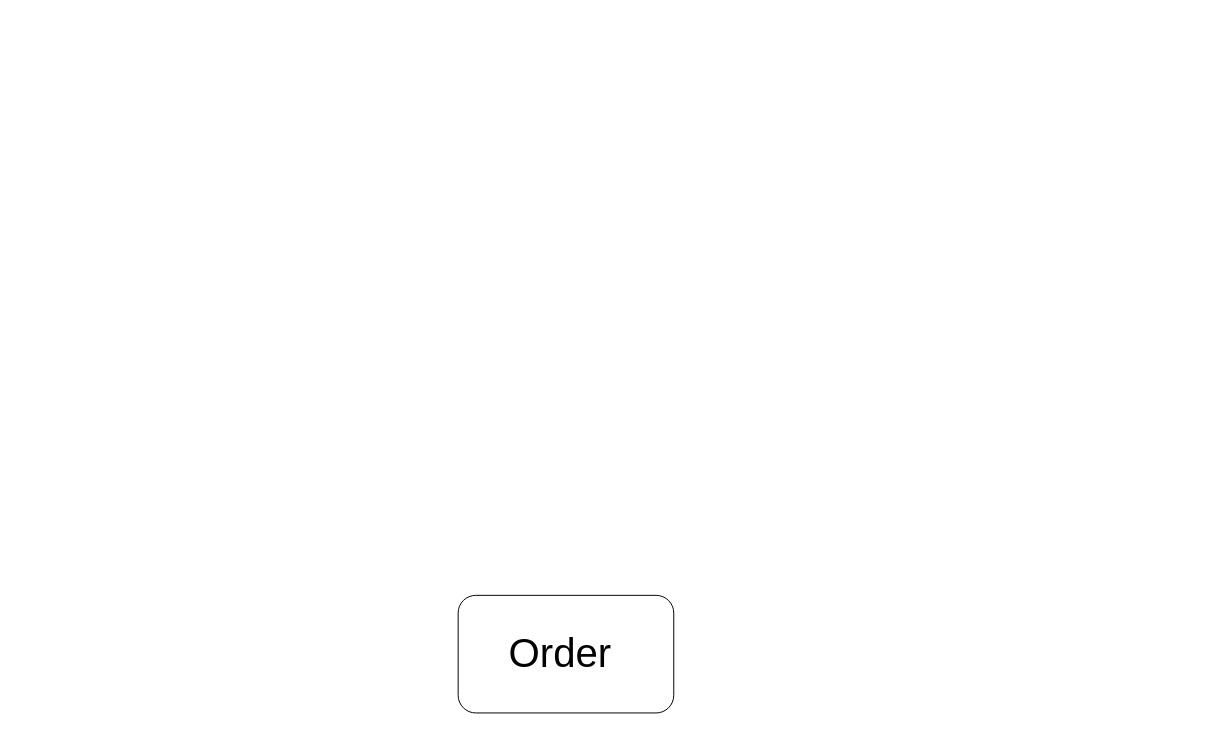
Above: page "FYDI" (10 of 11) of Drawing_Tool_Integration.drawio in mrf742002/Diagrams (draw.io), before the change. Source tidied: cells renumbered, new cells numbered last; positions are measured from the earlier drawing's top-left corner, leaving out a move shared by most shapes. Both pictures are drawn from the tidied source at 98%, with x=0, y=0 at pixel (458, 595).
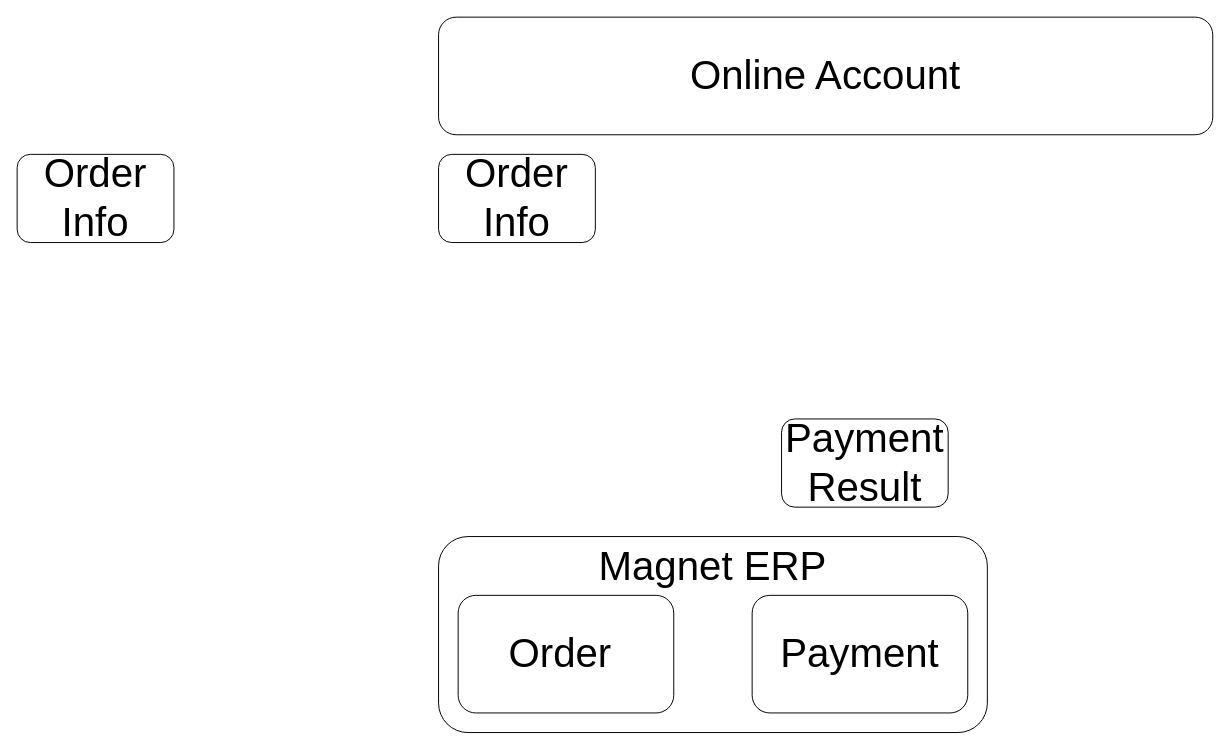
After the change.

Diff of the diagram source:
```diff
@@
 <mxGraphModel>
   <root>
     <mxCell id="0" />
     <mxCell id="1" parent="0" />
+    <mxCell id="3" value="Magnet ERP" style="rounded=1;whiteSpace=wrap;html=1;fontSize=41;verticalAlign=top;" parent="1" vertex="1">
+      <mxGeometry x="-20" y="-60" width="560" height="200" as="geometry" />
+    </mxCell>
     <mxCell id="2" value="Order&amp;nbsp;" style="rounded=1;whiteSpace=wrap;html=1;fontSize=41;" parent="1" vertex="1">
       <mxGeometry width="220" height="120" as="geometry" />
     </mxCell>
+    <mxCell id="4" value="Payment" style="rounded=1;whiteSpace=wrap;html=1;fontSize=41;" parent="1" vertex="1">
+      <mxGeometry x="300" width="220" height="120" as="geometry" />
+    </mxCell>
+    <mxCell id="5" value="Online Account" style="rounded=1;whiteSpace=wrap;html=1;fontSize=41;" parent="1" vertex="1">
+      <mxGeometry x="-20" y="-590" width="790" height="120" as="geometry" />
+    </mxCell>
+    <mxCell id="6" value="Order Info" style="rounded=1;whiteSpace=wrap;html=1;fontSize=41;" parent="1" vertex="1">
+      <mxGeometry x="-20" y="-450" width="160" height="90" as="geometry" />
+    </mxCell>
+    <mxCell id="7" value="Payment Result" style="rounded=1;whiteSpace=wrap;html=1;fontSize=41;" parent="1" vertex="1">
+      <mxGeometry x="330" y="-180" width="170" height="90" as="geometry" />
+    </mxCell>
+    <mxCell id="8" value="Order Info" style="rounded=1;whiteSpace=wrap;html=1;fontSize=41;" parent="1" vertex="1">
+      <mxGeometry x="-450" y="-450" width="160" height="90" as="geometry" />
+    </mxCell>
   </root>
 </mxGraphModel>
```
